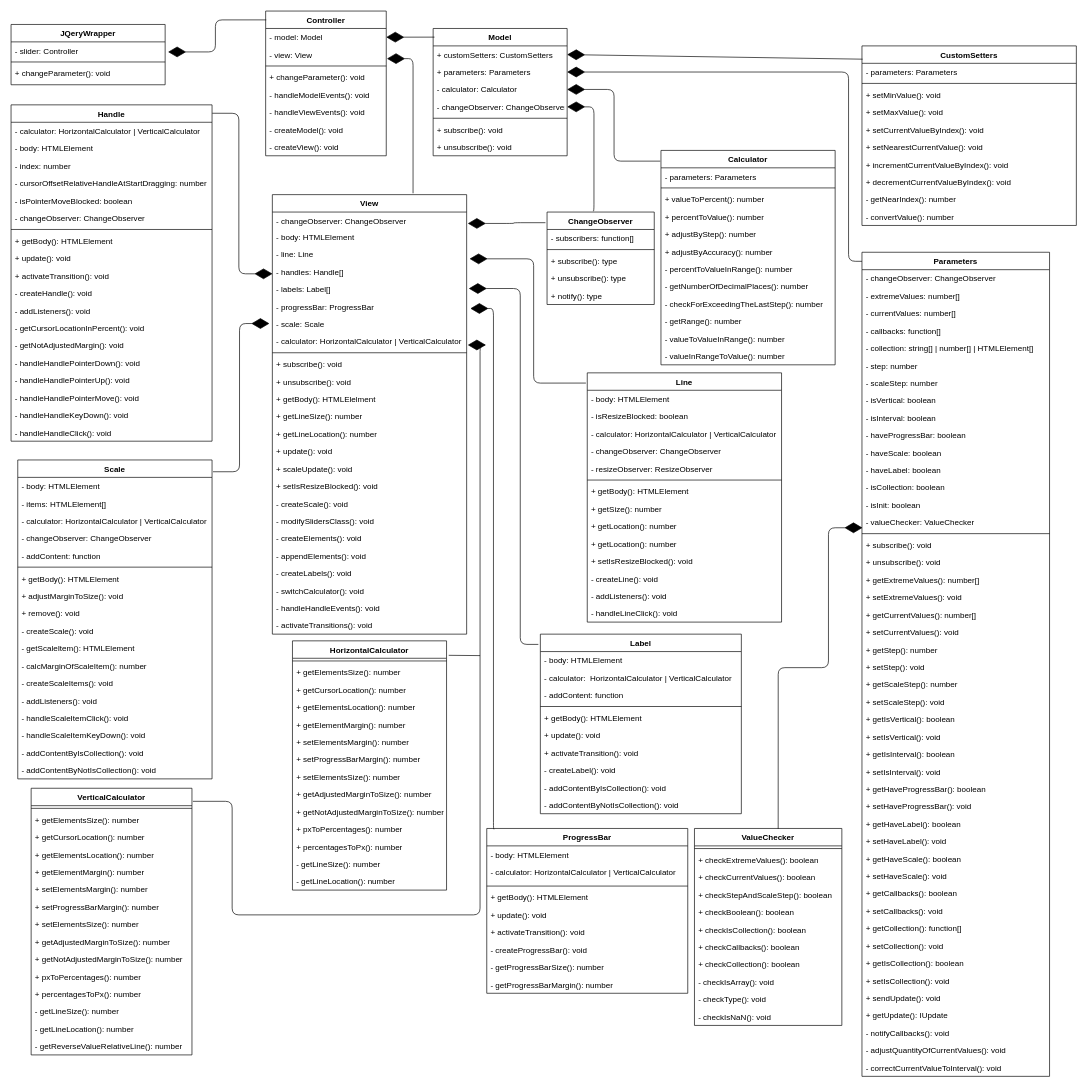
Above: uml.drawio in Rizarid/light-range-slider (draw.io), before the change. Source tidied: cells renumbered, new cells numbered last; positions are measured from the earlier drawing's top-left corner, leaving out a move shared by most shapes. Both pictures are drawn from the tidied source at 67%, with x=0, y=0 at pixel (11, 11).
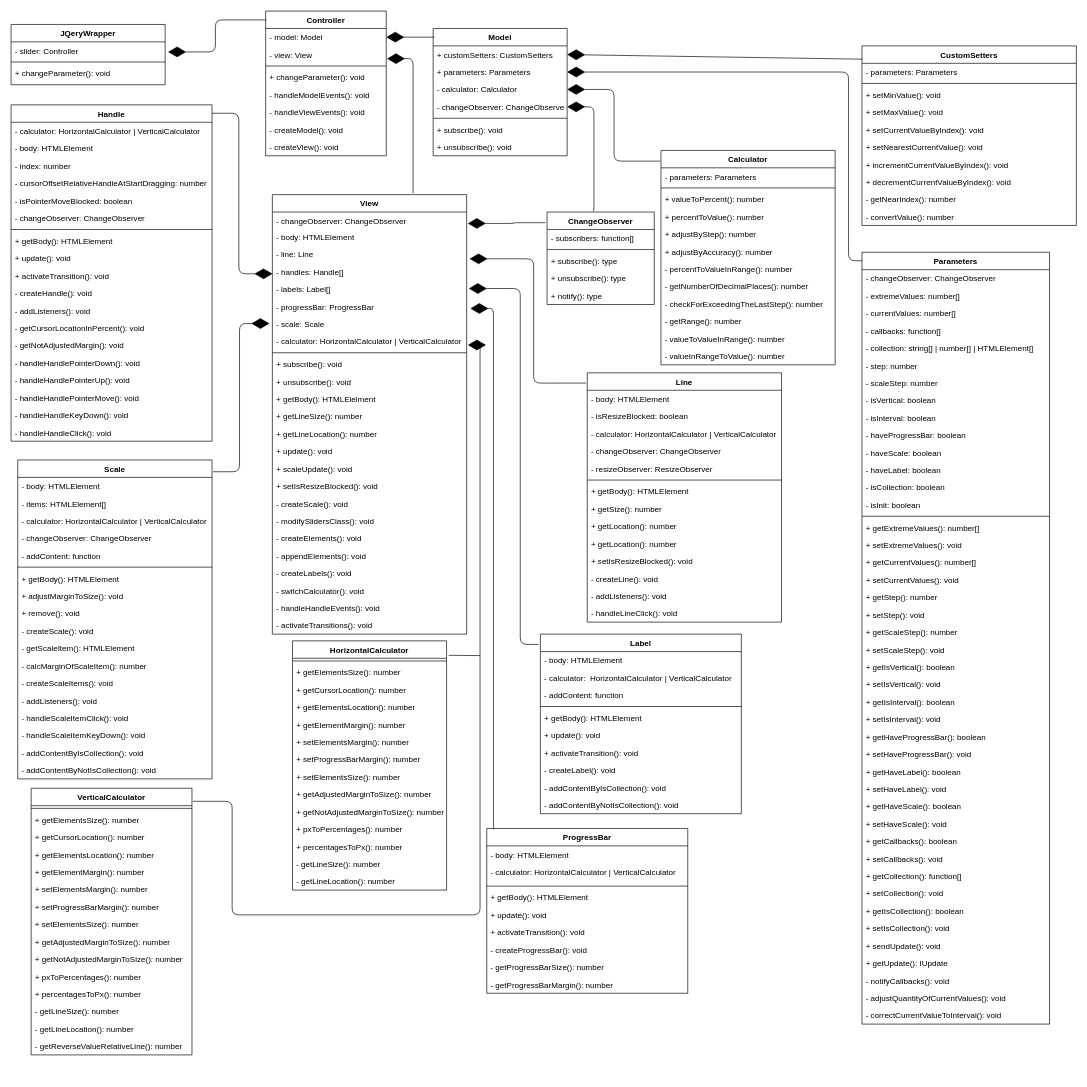
After the change.

What changed in the source:
```diff
@@
     <mxCell id="16" value="Parameters" style="swimlane;fontStyle=1;align=center;verticalAlign=top;horizontal=1;startSize=26;" parent="1" vertex="1">
-      <mxGeometry x="1270" y="360" width="280" height="1230" as="geometry" />
+      <mxGeometry x="1270" y="360" width="280" height="1152" as="geometry" />
     </mxCell>
@@
-    <mxCell id="31" value="- valueChecker: ValueChecker" style="text;strokeColor=none;fillColor=none;align=left;verticalAlign=top;spacingLeft=4;spacingRight=4;overflow=hidden;points=[[0,0.5],[1,0.5]];portConstraint=eastwest;" parent="16" vertex="1">
-      <mxGeometry y="390" width="280" height="26" as="geometry" />
-    </mxCell>
     <mxCell id="32" style="line;strokeWidth=1;fillColor=none;align=left;verticalAlign=middle;spacingTop=-1;spacingLeft=3;spacingRight=3;labelPosition=right;" parent="16" vertex="1">
-      <mxGeometry y="416" width="280" height="8" as="geometry" />
+      <mxGeometry y="390" width="280" height="8" as="geometry" />
     </mxCell>
-    <mxCell id="33" value="+ subscribe(): void" style="text;strokeColor=none;fillColor=none;align=left;verticalAlign=top;spacingLeft=4;spacingRight=4;overflow=hidden;" parent="16" vertex="1">
-      <mxGeometry y="424" width="280" height="26" as="geometry" />
-    </mxCell>
-    <mxCell id="34" value="+ unsubscribe(): void" style="text;strokeColor=none;fillColor=none;align=left;verticalAlign=top;spacingLeft=4;spacingRight=4;overflow=hidden;" parent="16" vertex="1">
-      <mxGeometry y="450" width="280" height="26" as="geometry" />
-    </mxCell>
     <mxCell id="35" value="+ getExtremeValues(): number[]" style="text;strokeColor=none;fillColor=none;align=left;verticalAlign=top;spacingLeft=4;spacingRight=4;overflow=hidden;" parent="16" vertex="1">
-      <mxGeometry y="476" width="280" height="26" as="geometry" />
+      <mxGeometry y="398" width="280" height="26" as="geometry" />
     </mxCell>
     <mxCell id="36" value="+ setExtremeValues(): void" style="text;strokeColor=none;fillColor=none;align=left;verticalAlign=top;spacingLeft=4;spacingRight=4;overflow=hidden;" parent="16" vertex="1">
-      <mxGeometry y="502" width="280" height="26" as="geometry" />
+      <mxGeometry y="424" width="280" height="26" as="geometry" />
     </mxCell>
     <mxCell id="37" value="+ getCurrentValues(): number[]" style="text;strokeColor=none;fillColor=none;align=left;verticalAlign=top;spacingLeft=4;spacingRight=4;overflow=hidden;" parent="16" vertex="1">
-      <mxGeometry y="528" width="280" height="26" as="geometry" />
+      <mxGeometry y="450" width="280" height="26" as="geometry" />
     </mxCell>
     <mxCell id="38" value="+ setCurrentValues(): void" style="text;strokeColor=none;fillColor=none;align=left;verticalAlign=top;spacingLeft=4;spacingRight=4;overflow=hidden;" parent="16" vertex="1">
-      <mxGeometry y="554" width="280" height="26" as="geometry" />
+      <mxGeometry y="476" width="280" height="26" as="geometry" />
     </mxCell>
     <mxCell id="39" value="+ getStep(): number" style="text;strokeColor=none;fillColor=none;align=left;verticalAlign=top;spacingLeft=4;spacingRight=4;overflow=hidden;" parent="16" vertex="1">
-      <mxGeometry y="580" width="280" height="26" as="geometry" />
+      <mxGeometry y="502" width="280" height="26" as="geometry" />
     </mxCell>
     <mxCell id="40" value="+ setStep(): void" style="text;strokeColor=none;fillColor=none;align=left;verticalAlign=top;spacingLeft=4;spacingRight=4;overflow=hidden;" parent="16" vertex="1">
-      <mxGeometry y="606" width="280" height="26" as="geometry" />
+      <mxGeometry y="528" width="280" height="26" as="geometry" />
     </mxCell>
     <mxCell id="41" value="+ getScaleStep(): number" style="text;strokeColor=none;fillColor=none;align=left;verticalAlign=top;spacingLeft=4;spacingRight=4;overflow=hidden;" parent="16" vertex="1">
-      <mxGeometry y="632" width="280" height="26" as="geometry" />
+      <mxGeometry y="554" width="280" height="26" as="geometry" />
     </mxCell>
     <mxCell id="42" value="+ setScaleStep(): void" style="text;strokeColor=none;fillColor=none;align=left;verticalAlign=top;spacingLeft=4;spacingRight=4;overflow=hidden;" parent="16" vertex="1">
-      <mxGeometry y="658" width="280" height="26" as="geometry" />
+      <mxGeometry y="580" width="280" height="26" as="geometry" />
     </mxCell>
     <mxCell id="43" value="+ getIsVertical(): boolean" style="text;strokeColor=none;fillColor=none;align=left;verticalAlign=top;spacingLeft=4;spacingRight=4;overflow=hidden;" parent="16" vertex="1">
-      <mxGeometry y="684" width="280" height="26" as="geometry" />
+      <mxGeometry y="606" width="280" height="26" as="geometry" />
     </mxCell>
     <mxCell id="44" value="+ setIsVertical(): void" style="text;strokeColor=none;fillColor=none;align=left;verticalAlign=top;spacingLeft=4;spacingRight=4;overflow=hidden;" parent="16" vertex="1">
-      <mxGeometry y="710" width="280" height="26" as="geometry" />
+      <mxGeometry y="632" width="280" height="26" as="geometry" />
     </mxCell>
     <mxCell id="45" value="+ getIsInterval(): boolean" style="text;strokeColor=none;fillColor=none;align=left;verticalAlign=top;spacingLeft=4;spacingRight=4;overflow=hidden;" parent="16" vertex="1">
-      <mxGeometry y="736" width="280" height="26" as="geometry" />
+      <mxGeometry y="658" width="280" height="26" as="geometry" />
     </mxCell>
     <mxCell id="46" value="+ setIsInterval(): void" style="text;strokeColor=none;fillColor=none;align=left;verticalAlign=top;spacingLeft=4;spacingRight=4;overflow=hidden;" parent="16" vertex="1">
-      <mxGeometry y="762" width="280" height="26" as="geometry" />
+      <mxGeometry y="684" width="280" height="26" as="geometry" />
     </mxCell>
     <mxCell id="47" value="+ getHaveProgressBar(): boolean" style="text;strokeColor=none;fillColor=none;align=left;verticalAlign=top;spacingLeft=4;spacingRight=4;overflow=hidden;" parent="16" vertex="1">
-      <mxGeometry y="788" width="280" height="26" as="geometry" />
+      <mxGeometry y="710" width="280" height="26" as="geometry" />
     </mxCell>
     <mxCell id="48" value="+ setHaveProgressBar(): void" style="text;strokeColor=none;fillColor=none;align=left;verticalAlign=top;spacingLeft=4;spacingRight=4;overflow=hidden;" parent="16" vertex="1">
-      <mxGeometry y="814" width="280" height="26" as="geometry" />
+      <mxGeometry y="736" width="280" height="26" as="geometry" />
     </mxCell>
     <mxCell id="49" value="+ getHaveLabel(): boolean" style="text;strokeColor=none;fillColor=none;align=left;verticalAlign=top;spacingLeft=4;spacingRight=4;overflow=hidden;" parent="16" vertex="1">
-      <mxGeometry y="840" width="280" height="26" as="geometry" />
+      <mxGeometry y="762" width="280" height="26" as="geometry" />
     </mxCell>
     <mxCell id="50" value="+ setHaveLabel(): void" style="text;strokeColor=none;fillColor=none;align=left;verticalAlign=top;spacingLeft=4;spacingRight=4;overflow=hidden;" parent="16" vertex="1">
-      <mxGeometry y="866" width="280" height="26" as="geometry" />
+      <mxGeometry y="788" width="280" height="26" as="geometry" />
     </mxCell>
     <mxCell id="51" value="+ getHaveScale(): boolean" style="text;strokeColor=none;fillColor=none;align=left;verticalAlign=top;spacingLeft=4;spacingRight=4;overflow=hidden;" parent="16" vertex="1">
-      <mxGeometry y="892" width="280" height="26" as="geometry" />
+      <mxGeometry y="814" width="280" height="26" as="geometry" />
     </mxCell>
     <mxCell id="52" value="+ setHaveScale(): void" style="text;strokeColor=none;fillColor=none;align=left;verticalAlign=top;spacingLeft=4;spacingRight=4;overflow=hidden;" parent="16" vertex="1">
-      <mxGeometry y="918" width="280" height="26" as="geometry" />
+      <mxGeometry y="840" width="280" height="26" as="geometry" />
     </mxCell>
     <mxCell id="53" value="+ getCallbacks(): boolean" style="text;strokeColor=none;fillColor=none;align=left;verticalAlign=top;spacingLeft=4;spacingRight=4;overflow=hidden;" parent="16" vertex="1">
-      <mxGeometry y="944" width="280" height="26" as="geometry" />
+      <mxGeometry y="866" width="280" height="26" as="geometry" />
     </mxCell>
     <mxCell id="54" value="+ setCallbacks(): void" style="text;strokeColor=none;fillColor=none;align=left;verticalAlign=top;spacingLeft=4;spacingRight=4;overflow=hidden;" parent="16" vertex="1">
-      <mxGeometry y="970" width="280" height="26" as="geometry" />
+      <mxGeometry y="892" width="280" height="26" as="geometry" />
     </mxCell>
     <mxCell id="55" value="+ getCollection(): function[]" style="text;strokeColor=none;fillColor=none;align=left;verticalAlign=top;spacingLeft=4;spacingRight=4;overflow=hidden;" parent="16" vertex="1">
-      <mxGeometry y="996" width="280" height="26" as="geometry" />
+      <mxGeometry y="918" width="280" height="26" as="geometry" />
     </mxCell>
     <mxCell id="56" value="+ setCollection(): void" style="text;strokeColor=none;fillColor=none;align=left;verticalAlign=top;spacingLeft=4;spacingRight=4;overflow=hidden;" parent="16" vertex="1">
-      <mxGeometry y="1022" width="280" height="26" as="geometry" />
+      <mxGeometry y="944" width="280" height="26" as="geometry" />
     </mxCell>
     <mxCell id="57" value="+ getIsCollection(): boolean" style="text;strokeColor=none;fillColor=none;align=left;verticalAlign=top;spacingLeft=4;spacingRight=4;overflow=hidden;" parent="16" vertex="1">
-      <mxGeometry y="1048" width="280" height="26" as="geometry" />
+      <mxGeometry y="970" width="280" height="26" as="geometry" />
     </mxCell>
     <mxCell id="58" value="+ setIsCollection(): void" style="text;strokeColor=none;fillColor=none;align=left;verticalAlign=top;spacingLeft=4;spacingRight=4;overflow=hidden;" parent="16" vertex="1">
-      <mxGeometry y="1074" width="280" height="26" as="geometry" />
+      <mxGeometry y="996" width="280" height="26" as="geometry" />
     </mxCell>
     <mxCell id="59" value="+ sendUpdate(): void" style="text;strokeColor=none;fillColor=none;align=left;verticalAlign=top;spacingLeft=4;spacingRight=4;overflow=hidden;" parent="16" vertex="1">
-      <mxGeometry y="1100" width="280" height="26" as="geometry" />
+      <mxGeometry y="1022" width="280" height="26" as="geometry" />
     </mxCell>
     <mxCell id="60" value="+ getUpdate(): IUpdate" style="text;strokeColor=none;fillColor=none;align=left;verticalAlign=top;spacingLeft=4;spacingRight=4;overflow=hidden;" parent="16" vertex="1">
-      <mxGeometry y="1126" width="280" height="26" as="geometry" />
+      <mxGeometry y="1048" width="280" height="26" as="geometry" />
     </mxCell>
     <mxCell id="61" value="- notifyCallbacks(): void" style="text;strokeColor=none;fillColor=none;align=left;verticalAlign=top;spacingLeft=4;spacingRight=4;overflow=hidden;" parent="16" vertex="1">
-      <mxGeometry y="1152" width="280" height="26" as="geometry" />
+      <mxGeometry y="1074" width="280" height="26" as="geometry" />
     </mxCell>
     <mxCell id="62" value="- adjustQuantityOfCurrentValues(): void" style="text;strokeColor=none;fillColor=none;align=left;verticalAlign=top;spacingLeft=4;spacingRight=4;overflow=hidden;" parent="16" vertex="1">
-      <mxGeometry y="1178" width="280" height="26" as="geometry" />
+      <mxGeometry y="1100" width="280" height="26" as="geometry" />
     </mxCell>
     <mxCell id="63" value="- correctCurrentValueToInterval(): void" style="text;strokeColor=none;fillColor=none;align=left;verticalAlign=top;spacingLeft=4;spacingRight=4;overflow=hidden;" parent="16" vertex="1">
-      <mxGeometry y="1204" width="280" height="26" as="geometry" />
+      <mxGeometry y="1126" width="280" height="26" as="geometry" />
     </mxCell>
@@
-    <mxCell id="212" value="ValueChecker" style="swimlane;fontStyle=1;align=center;verticalAlign=top;horizontal=1;startSize=26;" parent="1" vertex="1">
-      <mxGeometry x="1020" y="1220" width="220" height="294" as="geometry" />
-    </mxCell>
-    <mxCell id="213" style="line;strokeWidth=1;fillColor=none;align=left;verticalAlign=middle;spacingTop=-1;spacingLeft=3;spacingRight=3;labelPosition=right;" parent="212" vertex="1">
-      <mxGeometry y="26" width="220" height="8" as="geometry" />
-    </mxCell>
-    <mxCell id="214" value="+ checkExtremeValues(): boolean" style="text;strokeColor=none;fillColor=none;align=left;verticalAlign=top;spacingLeft=4;spacingRight=4;overflow=hidden;" parent="212" vertex="1">
-      <mxGeometry y="34" width="220" height="26" as="geometry" />
-    </mxCell>
-    <mxCell id="215" value="+ checkCurrentValues(): boolean" style="text;strokeColor=none;fillColor=none;align=left;verticalAlign=top;spacingLeft=4;spacingRight=4;overflow=hidden;" parent="212" vertex="1">
-      <mxGeometry y="60" width="220" height="26" as="geometry" />
-    </mxCell>
-    <mxCell id="216" value="+ checkStepAndScaleStep(): boolean" style="text;strokeColor=none;fillColor=none;align=left;verticalAlign=top;spacingLeft=4;spacingRight=4;overflow=hidden;" parent="212" vertex="1">
-      <mxGeometry y="86" width="220" height="26" as="geometry" />
-    </mxCell>
-    <mxCell id="217" value="+ checkBoolean(): boolean" style="text;strokeColor=none;fillColor=none;align=left;verticalAlign=top;spacingLeft=4;spacingRight=4;overflow=hidden;" parent="212" vertex="1">
-      <mxGeometry y="112" width="220" height="26" as="geometry" />
-    </mxCell>
-    <mxCell id="218" value="+ checkIsCollection(): boolean" style="text;strokeColor=none;fillColor=none;align=left;verticalAlign=top;spacingLeft=4;spacingRight=4;overflow=hidden;" parent="212" vertex="1">
-      <mxGeometry y="138" width="220" height="26" as="geometry" />
-    </mxCell>
-    <mxCell id="219" value="+ checkCallbacks(): boolean" style="text;strokeColor=none;fillColor=none;align=left;verticalAlign=top;spacingLeft=4;spacingRight=4;overflow=hidden;" parent="212" vertex="1">
-      <mxGeometry y="164" width="220" height="26" as="geometry" />
-    </mxCell>
-    <mxCell id="220" value="+ checkCollection(): boolean" style="text;strokeColor=none;fillColor=none;align=left;verticalAlign=top;spacingLeft=4;spacingRight=4;overflow=hidden;" parent="212" vertex="1">
-      <mxGeometry y="190" width="220" height="26" as="geometry" />
-    </mxCell>
-    <mxCell id="221" value="- checkIsArray(): void" style="text;strokeColor=none;fillColor=none;align=left;verticalAlign=top;spacingLeft=4;spacingRight=4;overflow=hidden;" parent="212" vertex="1">
-      <mxGeometry y="216" width="220" height="26" as="geometry" />
-    </mxCell>
-    <mxCell id="222" value="- checkType(): void" style="text;strokeColor=none;fillColor=none;align=left;verticalAlign=top;spacingLeft=4;spacingRight=4;overflow=hidden;" parent="212" vertex="1">
-      <mxGeometry y="242" width="220" height="26" as="geometry" />
-    </mxCell>
-    <mxCell id="223" value="- checkIsNaN(): void" style="text;strokeColor=none;fillColor=none;align=left;verticalAlign=top;spacingLeft=4;spacingRight=4;overflow=hidden;" parent="212" vertex="1">
-      <mxGeometry y="268" width="220" height="26" as="geometry" />
-    </mxCell>
-    <mxCell id="224" style="endArrow=diamondThin;endFill=1;endSize=24;html=1;entryX=0.003;entryY=0.817;entryDx=0;entryDy=0;edgeStyle=orthogonalEdgeStyle;exitX=0.568;exitY=0.002;exitDx=0;exitDy=0;exitPerimeter=0;entryPerimeter=0;" parent="1" edge="1" source="212" target="31">
-      <mxGeometry relative="1" as="geometry">
-        <Array as="points">
-          <mxPoint x="1145" y="980" />
-          <mxPoint x="1220" y="980" />
-          <mxPoint x="1220" y="771" />
-        </Array>
-      </mxGeometry>
-    </mxCell>
```
